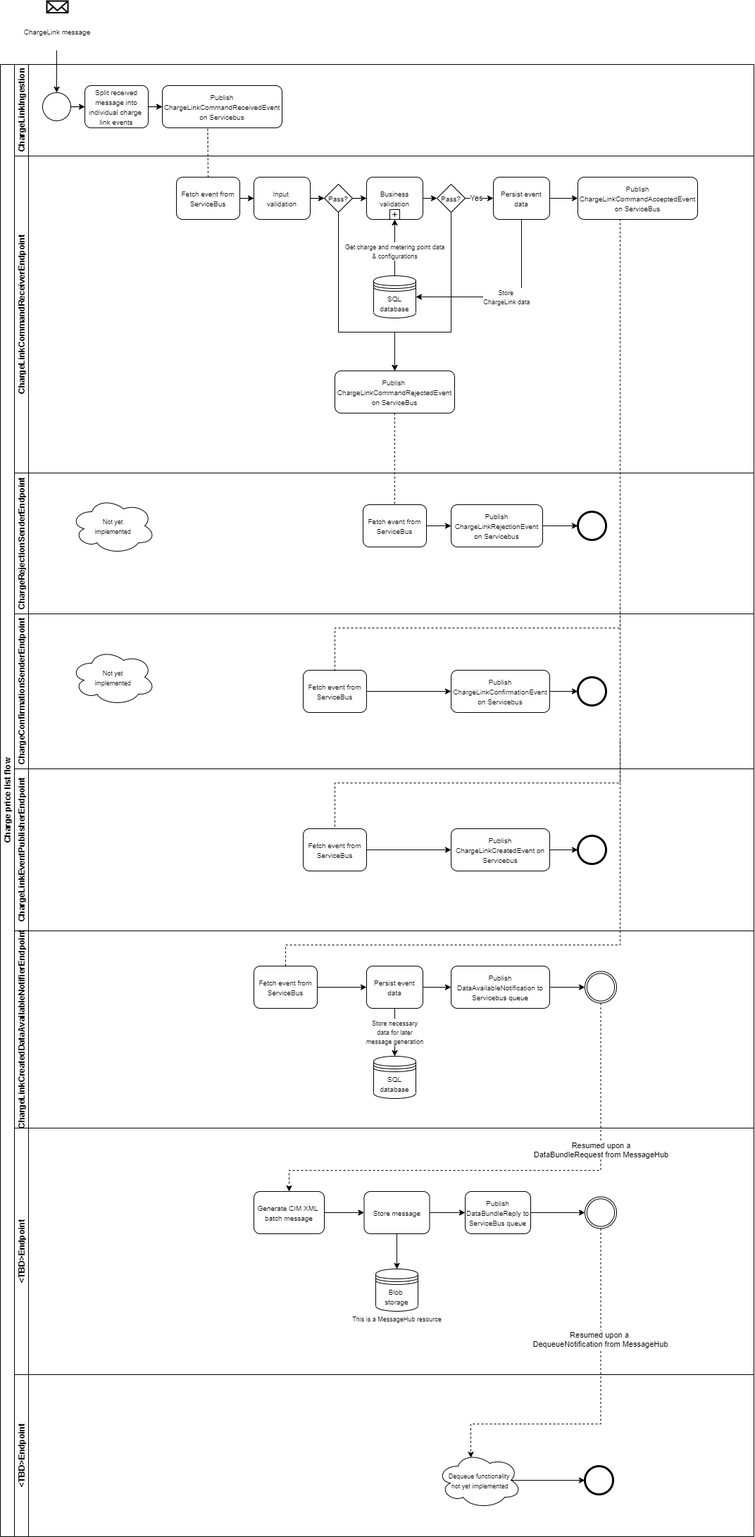
Earlier version of the draw.io export docs/process-flows/images/CreateChargeLinkProcessFlow.png (Energinet-DataHub/ARCHIVED-geh-charges). Source tidied: cells renumbered, new cells last; positions are measured from the earlier drawing's top-left corner, leaving out a move shared by most shapes.
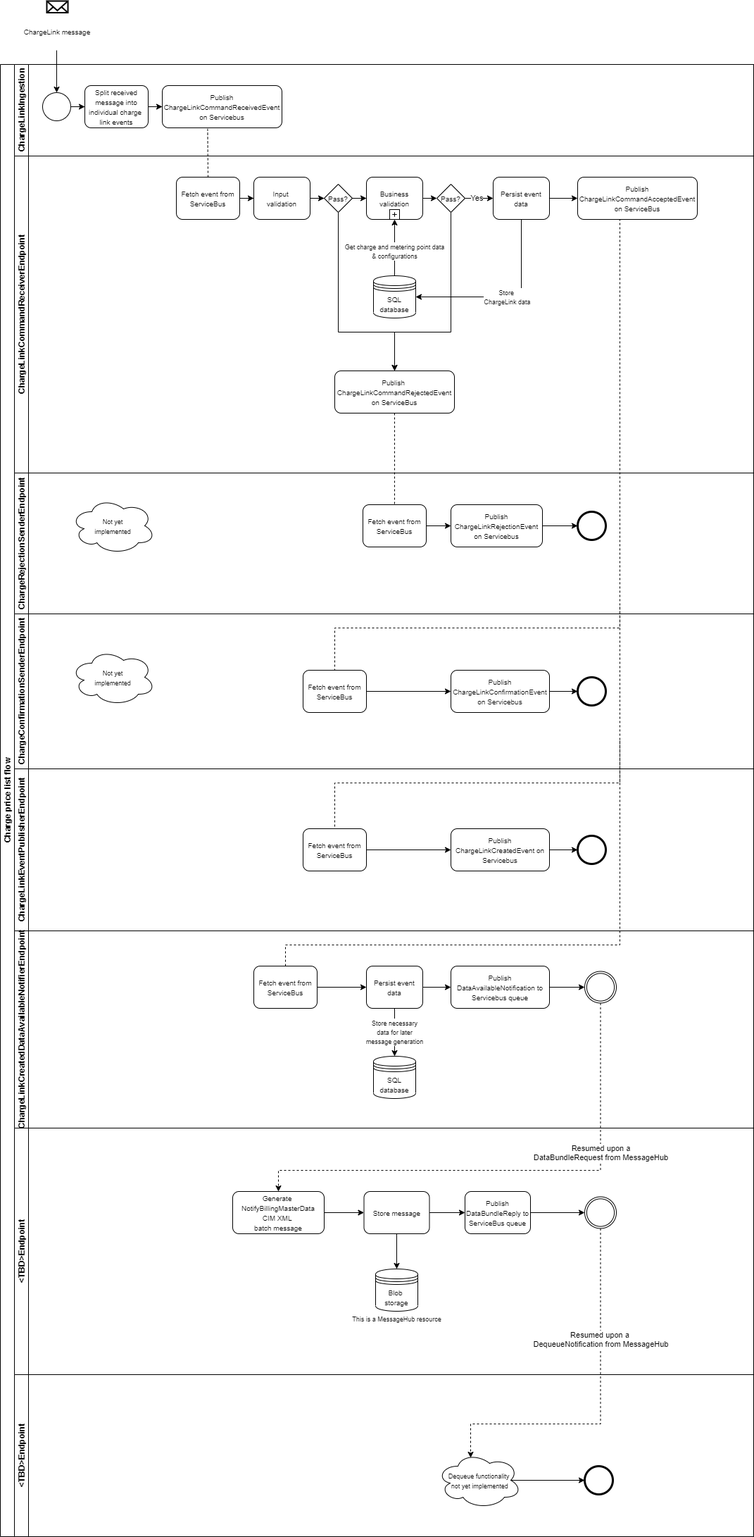
The same file after the commit.

Commit message:
Added NotifyBillingMasterData label

Change to the diagram source:
```diff
@@ -215,8 +215,8 @@
     <mxCell id="64" style="edgeStyle=orthogonalEdgeStyle;rounded=0;jettySize=auto;html=1;entryX=0.5;entryY=0;entryDx=0;entryDy=0;dashed=1;exitX=0.5;exitY=1;exitDx=0;exitDy=0;exitPerimeter=0;" parent="2" edge="1" source="63" target="71">
       <mxGeometry relative="1" as="geometry">
         <Array as="points">
-          <mxPoint x="852" y="1570" />
-          <mxPoint x="410" y="1570" />
+          <mxPoint x="853" y="1570" />
+          <mxPoint x="395" y="1570" />
         </Array>
       </mxGeometry>
     </mxCell>
@@ -240,8 +240,8 @@
     <mxCell id="70" style="edgeStyle=orthogonalEdgeStyle;rounded=0;jettySize=auto;html=1;entryX=0;entryY=0.5;entryDx=0;entryDy=0;exitX=1;exitY=0.5;exitDx=0;exitDy=0;" parent="66" edge="1" source="71" target="69">
       <mxGeometry relative="1" as="geometry" />
     </mxCell>
-    <mxCell id="71" value="&lt;font style=&quot;font-size: 10px&quot;&gt;Generate CIM XML &lt;br&gt;batch message&lt;br&gt;&lt;/font&gt;" style="rounded=1;whiteSpace=wrap;html=1;fontFamily=Helvetica;fontSize=12;fontColor=#000000;align=center;" parent="66" vertex="1">
-      <mxGeometry x="340" y="90" width="100" height="60" as="geometry" />
+    <mxCell id="71" value="&lt;font style=&quot;font-size: 10px&quot;&gt;Generate &lt;br&gt;NotifyBillingMasterData&lt;br&gt;CIM XML &lt;br&gt;batch message&lt;br&gt;&lt;/font&gt;" style="rounded=1;whiteSpace=wrap;html=1;fontFamily=Helvetica;fontSize=12;fontColor=#000000;align=center;" parent="66" vertex="1">
+      <mxGeometry x="310" y="90" width="130" height="60" as="geometry" />
     </mxCell>
     <mxCell id="72" style="points=[[0.145,0.145,0],[0.5,0,0],[0.855,0.145,0],[1,0.5,0],[0.855,0.855,0],[0.5,1,0],[0.145,0.855,0],[0,0.5,0]];shape=mxgraph.bpmn.event;html=1;verticalLabelPosition=bottom;labelBackgroundColor=#ffffff;verticalAlign=top;align=center;perimeter=ellipsePerimeter;outlineConnect=0;outline=throwing;symbol=general;" parent="66" vertex="1">
       <mxGeometry x="810" y="97.5" width="45" height="45" as="geometry" />
```
